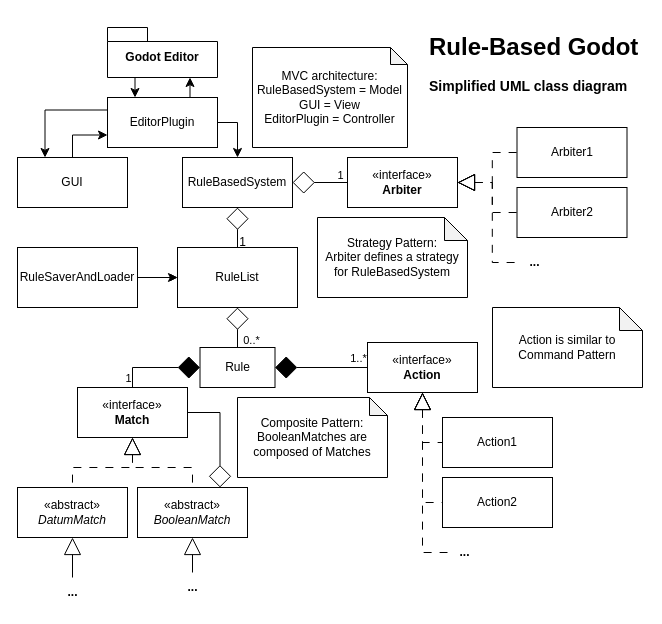
Above: page "Simplified" (1 of 2) of diagrams/UML_Classes.drawio in rvbatt/rule-based-godot (draw.io), before the change. Source tidied: cells renumbered, new cells numbered last; positions are measured from the earlier drawing's top-left corner, leaving out a move shared by most shapes. Both pictures are drawn from the tidied source at 100%, with x=0, y=0 at pixel (17, 27).
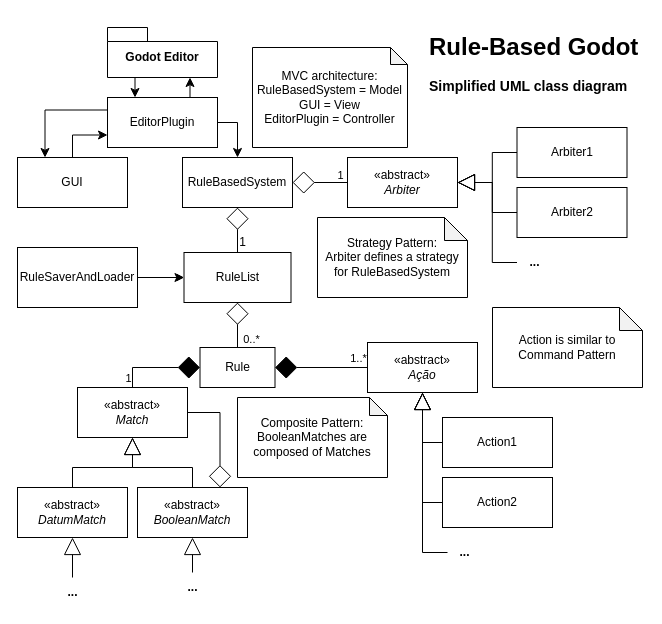
After the change.

Commit message (it also covers changes not shown here):
Turn interfaces to abstract classes in Simplified UML

gdscript does not support interfaces

Unchanged cells that the change refers to:
```xml
<mxCell id="17" value="Arbiter1" style="html=1;whiteSpace=wrap;" parent="1" vertex="1">
  <mxGeometry x="499.5" y="100" width="110" height="50" as="geometry" />
</mxCell>
<mxCell id="18" value="Arbiter2" style="html=1;whiteSpace=wrap;" parent="1" vertex="1">
  <mxGeometry x="499.5" y="160" width="110" height="50" as="geometry" />
</mxCell>
<mxCell id="19" value="..." style="text;html=1;strokeColor=none;fillColor=none;align=center;verticalAlign=middle;whiteSpace=wrap;rounded=0;fontStyle=1;" parent="1" vertex="1">
  <mxGeometry x="499.5" y="220" width="35" height="30" as="geometry" />
</mxCell>
<mxCell id="43" value="Action1" style="html=1;whiteSpace=wrap;" parent="1" vertex="1">
  <mxGeometry x="425" y="390" width="110" height="50" as="geometry" />
</mxCell>
<mxCell id="44" value="Action2" style="html=1;whiteSpace=wrap;" parent="1" vertex="1">
  <mxGeometry x="425" y="450" width="110" height="50" as="geometry" />
</mxCell>
<mxCell id="48" value="«abstract»&lt;br&gt;&lt;i&gt;BooleanMatch&lt;/i&gt;" style="html=1;whiteSpace=wrap;" parent="47" vertex="1">
  <mxGeometry width="110" height="50" as="geometry" />
</mxCell>
<mxCell id="52" value="«abstract»&lt;br&gt;&lt;i&gt;DatumMatch&lt;/i&gt;" style="html=1;whiteSpace=wrap;" parent="51" vertex="1">
  <mxGeometry width="110" height="50" as="geometry" />
</mxCell>
<mxCell id="55" value="..." style="text;html=1;strokeColor=none;fillColor=none;align=center;verticalAlign=middle;whiteSpace=wrap;rounded=0;fontStyle=1;" parent="1" vertex="1">
  <mxGeometry x="430" y="510" width="35" height="30" as="geometry" />
</mxCell>
```

The edit, as a diff of the source:
```diff
@@
-    <mxCell id="13" style="edgeStyle=orthogonalEdgeStyle;rounded=0;jettySize=auto;html=1;exitX=1;exitY=0.5;exitDx=0;exitDy=0;entryX=0;entryY=0.5;entryDx=0;entryDy=0;endArrow=none;endFill=0;startArrow=block;startFill=0;endSize=0;startSize=15;dashed=1;dashPattern=8 8;strokeWidth=1;" parent="1" edge="1" source="16" target="17">
+    <mxCell id="13" style="edgeStyle=orthogonalEdgeStyle;rounded=0;jettySize=auto;html=1;exitX=1;exitY=0.5;exitDx=0;exitDy=0;entryX=0;entryY=0.5;entryDx=0;entryDy=0;endArrow=none;endFill=0;startArrow=block;startFill=0;endSize=0;startSize=15;strokeWidth=1;" parent="1" edge="1" source="16" target="17">
       <mxGeometry relative="1" as="geometry" />
     </mxCell>
-    <mxCell id="14" style="edgeStyle=orthogonalEdgeStyle;rounded=0;jettySize=auto;html=1;exitX=1;exitY=0.5;exitDx=0;exitDy=0;entryX=0;entryY=0.5;entryDx=0;entryDy=0;endArrow=none;endFill=0;startArrow=block;startFill=0;endSize=0;startSize=15;dashed=1;dashPattern=8 8;" parent="1" edge="1" source="16" target="18">
+    <mxCell id="14" style="edgeStyle=orthogonalEdgeStyle;rounded=0;jettySize=auto;html=1;exitX=1;exitY=0.5;exitDx=0;exitDy=0;entryX=0;entryY=0.5;entryDx=0;entryDy=0;endArrow=none;endFill=0;startArrow=block;startFill=0;endSize=0;startSize=15;" parent="1" edge="1" source="16" target="18">
       <mxGeometry relative="1" as="geometry" />
     </mxCell>
-    <mxCell id="15" style="edgeStyle=orthogonalEdgeStyle;rounded=0;jettySize=auto;html=1;exitX=1;exitY=0.5;exitDx=0;exitDy=0;entryX=0;entryY=0.5;entryDx=0;entryDy=0;endArrow=none;endFill=0;startArrow=block;startFill=0;endSize=0;startSize=15;dashed=1;dashPattern=8 8;" parent="1" edge="1" source="16" target="19">
+    <mxCell id="15" style="edgeStyle=orthogonalEdgeStyle;rounded=0;jettySize=auto;html=1;exitX=1;exitY=0.5;exitDx=0;exitDy=0;entryX=0;entryY=0.5;entryDx=0;entryDy=0;endArrow=none;endFill=0;startArrow=block;startFill=0;endSize=0;startSize=15;" parent="1" edge="1" source="16" target="19">
       <mxGeometry relative="1" as="geometry" />
     </mxCell>
-    <mxCell id="16" value="«interface»&lt;br&gt;&lt;b&gt;Arbiter&lt;/b&gt;" style="html=1;whiteSpace=wrap;" parent="1" vertex="1">
+    <mxCell id="16" value="«abstract»&lt;br&gt;&lt;i&gt;Arbiter&lt;/i&gt;" style="html=1;whiteSpace=wrap;" parent="1" vertex="1">
       <mxGeometry x="330" y="130" width="110" height="50" as="geometry" />
     </mxCell>
@@
     <mxCell id="24" value="RuleList" style="rounded=0;whiteSpace=wrap;html=1;" parent="1" vertex="1">
-      <mxGeometry x="160" y="220" width="120" height="60" as="geometry" />
+      <mxGeometry x="166.5" y="225" width="107" height="50" as="geometry" />
     </mxCell>
@@
-    <mxCell id="33" style="edgeStyle=orthogonalEdgeStyle;rounded=0;jettySize=auto;html=1;exitX=0.5;exitY=1;exitDx=0;exitDy=0;entryX=0.5;entryY=0;entryDx=0;entryDy=0;endArrow=none;endFill=0;startArrow=block;startFill=0;endSize=0;startSize=15;dashed=1;dashPattern=8 8;" parent="1" edge="1" source="35" target="52">
+    <mxCell id="33" style="edgeStyle=orthogonalEdgeStyle;rounded=0;jettySize=auto;html=1;exitX=0.5;exitY=1;exitDx=0;exitDy=0;entryX=0.5;entryY=0;entryDx=0;entryDy=0;endArrow=none;endFill=0;startArrow=block;startFill=0;endSize=0;startSize=15;" parent="1" edge="1" source="35" target="52">
       <mxGeometry relative="1" as="geometry" />
     </mxCell>
-    <mxCell id="34" style="edgeStyle=orthogonalEdgeStyle;rounded=0;jettySize=auto;html=1;exitX=0.5;exitY=1;exitDx=0;exitDy=0;entryX=0.5;entryY=0;entryDx=0;entryDy=0;endArrow=none;endFill=0;startArrow=block;startFill=0;dashed=1;dashPattern=8 8;endSize=0;startSize=15;" parent="1" edge="1" source="35" target="48">
+    <mxCell id="34" style="edgeStyle=orthogonalEdgeStyle;rounded=0;jettySize=auto;html=1;exitX=0.5;exitY=1;exitDx=0;exitDy=0;entryX=0.5;entryY=0;entryDx=0;entryDy=0;endArrow=none;endFill=0;startArrow=block;startFill=0;endSize=0;startSize=15;" parent="1" edge="1" source="35" target="48">
       <mxGeometry relative="1" as="geometry" />
     </mxCell>
-    <mxCell id="35" value="«interface»&lt;br&gt;&lt;b&gt;Match&lt;/b&gt;" style="html=1;whiteSpace=wrap;" parent="1" vertex="1">
+    <mxCell id="35" value="«abstract»&lt;br&gt;&lt;i&gt;Match&lt;/i&gt;" style="html=1;whiteSpace=wrap;" parent="1" vertex="1">
       <mxGeometry x="60" y="360" width="110" height="50" as="geometry" />
     </mxCell>
@@
-    <mxCell id="38" style="edgeStyle=orthogonalEdgeStyle;rounded=0;jettySize=auto;html=1;exitX=0.5;exitY=1;exitDx=0;exitDy=0;entryX=0;entryY=0.5;entryDx=0;entryDy=0;endArrow=none;endFill=0;startArrow=block;startFill=0;endSize=0;startSize=15;dashed=1;dashPattern=8 8;" parent="1" edge="1" source="41" target="43">
+    <mxCell id="38" style="edgeStyle=orthogonalEdgeStyle;rounded=0;jettySize=auto;html=1;exitX=0.5;exitY=1;exitDx=0;exitDy=0;entryX=0;entryY=0.5;entryDx=0;entryDy=0;endArrow=none;endFill=0;startArrow=block;startFill=0;endSize=0;startSize=15;" parent="1" edge="1" source="41" target="43">
       <mxGeometry relative="1" as="geometry" />
     </mxCell>
-    <mxCell id="39" style="edgeStyle=orthogonalEdgeStyle;rounded=0;jettySize=auto;html=1;exitX=0.5;exitY=1;exitDx=0;exitDy=0;entryX=0;entryY=0.5;entryDx=0;entryDy=0;endArrow=none;endFill=0;startArrow=block;startFill=0;dashed=1;dashPattern=8 8;startSize=15;endSize=0;" parent="1" edge="1" source="41" target="44">
+    <mxCell id="39" style="edgeStyle=orthogonalEdgeStyle;rounded=0;jettySize=auto;html=1;exitX=0.5;exitY=1;exitDx=0;exitDy=0;entryX=0;entryY=0.5;entryDx=0;entryDy=0;endArrow=none;endFill=0;startArrow=block;startFill=0;startSize=15;endSize=0;" parent="1" edge="1" source="41" target="44">
       <mxGeometry relative="1" as="geometry" />
     </mxCell>
-    <mxCell id="40" style="edgeStyle=orthogonalEdgeStyle;rounded=0;jettySize=auto;html=1;exitX=0.5;exitY=1;exitDx=0;exitDy=0;entryX=0;entryY=0.5;entryDx=0;entryDy=0;endArrow=none;endFill=0;startArrow=block;startFill=0;endSize=0;startSize=15;dashed=1;dashPattern=8 8;" parent="1" edge="1" source="41" target="55">
+    <mxCell id="40" style="edgeStyle=orthogonalEdgeStyle;rounded=0;jettySize=auto;html=1;exitX=0.5;exitY=1;exitDx=0;exitDy=0;entryX=0;entryY=0.5;entryDx=0;entryDy=0;endArrow=none;endFill=0;startArrow=block;startFill=0;endSize=0;startSize=15;" parent="1" edge="1" source="41" target="55">
       <mxGeometry relative="1" as="geometry" />
     </mxCell>
-    <mxCell id="41" value="«interface»&lt;br&gt;&lt;b&gt;Action&lt;/b&gt;" style="html=1;whiteSpace=wrap;" parent="1" vertex="1">
+    <mxCell id="41" value="«abstract»&lt;br&gt;&lt;i&gt;Ação&lt;/i&gt;" style="html=1;whiteSpace=wrap;" parent="1" vertex="1">
       <mxGeometry x="350" y="315" width="110" height="50" as="geometry" />
     </mxCell>
```
